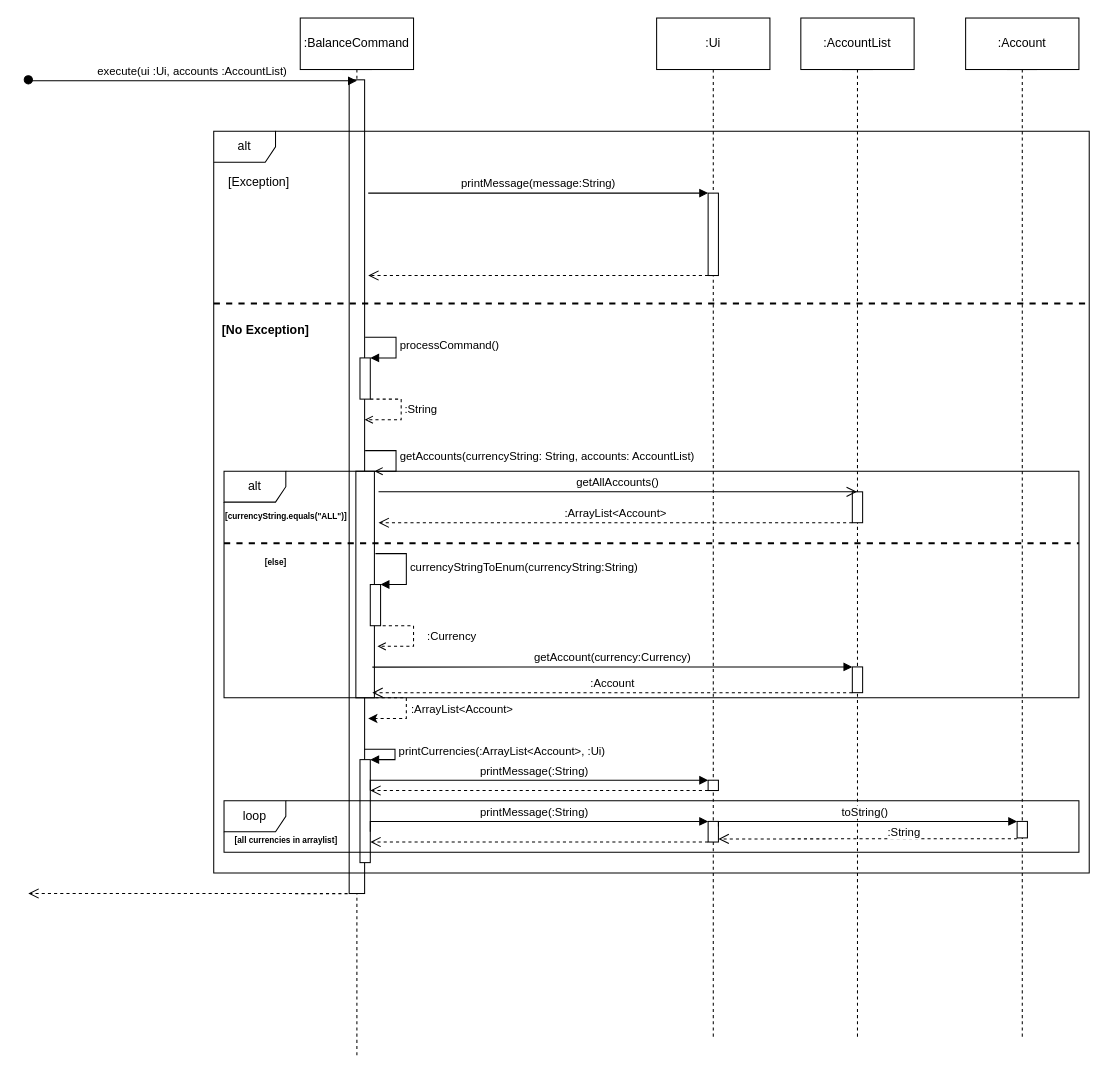
Earlier version of the draw.io diagram docs/diagrams/Balance.drawio (woowenjun99/tp). Source tidied: cells renumbered, new cells numbered last; positions are measured from the earlier drawing's top-left corner, leaving out a move shared by most shapes. Both pictures are drawn from the tidied source at 103%, with x=0, y=0 at pixel (28, 18).
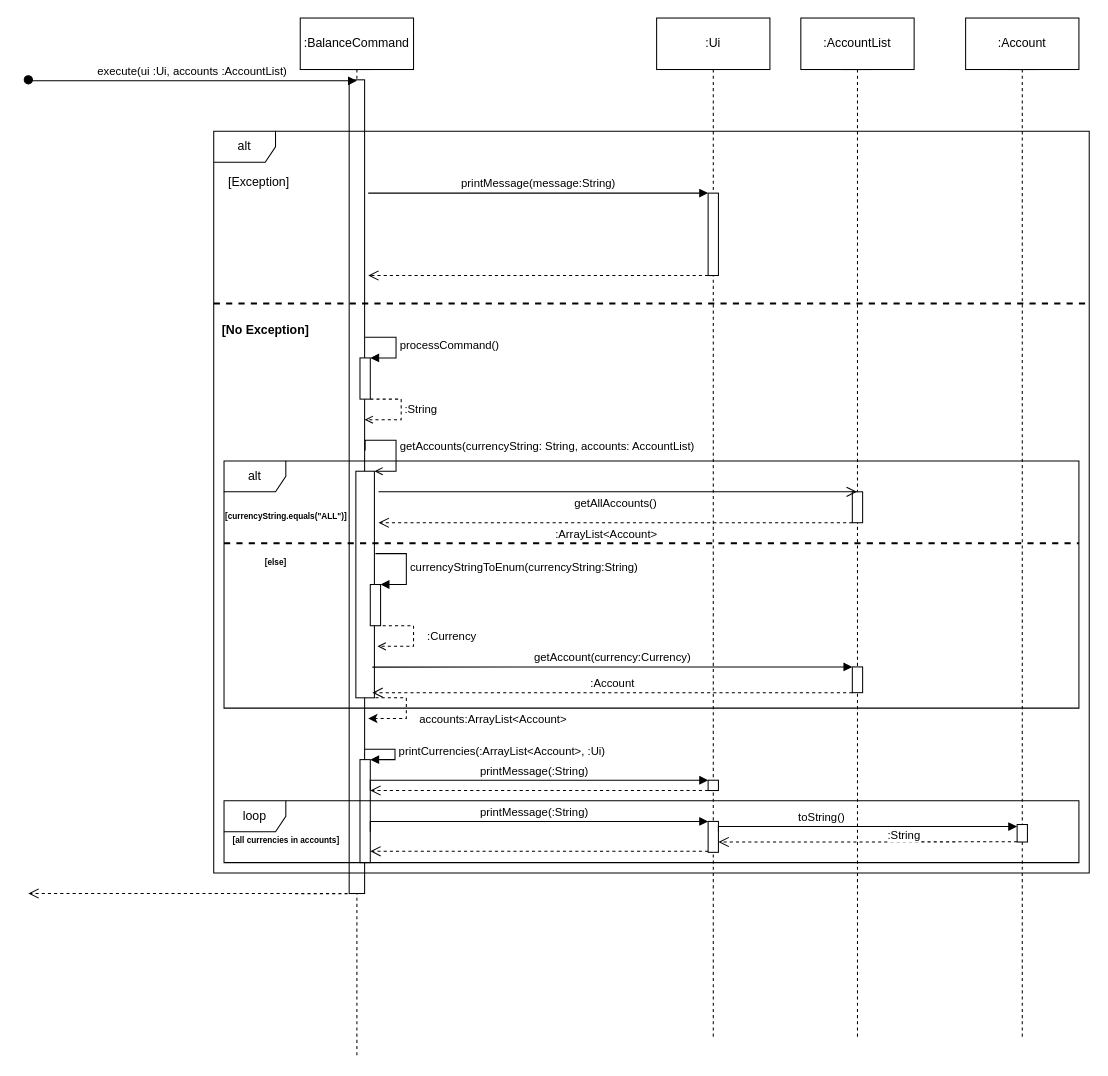
The same diagram, later.

Commit message (it also covers changes not shown here):
Update developer guide

The change refers to these unchanged cells:
```xml
<mxCell id="4" style="html=1;points=[];perimeter=orthogonalPerimeter;outlineConnect=0;targetShapes=umlLifeline;portConstraint=eastwest;newEdgeStyle={&quot;edgeStyle&quot;:&quot;elbowEdgeStyle&quot;,&quot;elbow&quot;:&quot;vertical&quot;,&quot;curved&quot;:0,&quot;rounded&quot;:0};" parent="2" vertex="1">
  <mxGeometry x="19" y="430" width="18" height="220" as="geometry" />
</mxCell>
<mxCell id="21" style="shape=umlLifeline;perimeter=lifelinePerimeter;whiteSpace=wrap;html=1;outlineConnect=0;portConstraint=eastwest;newEdgeStyle={&quot;edgeStyle&quot;:&quot;elbowEdgeStyle&quot;,&quot;elbow&quot;:&quot;vertical&quot;,&quot;curved&quot;:0,&quot;rounded&quot;:0};participant=umlEntity;" parent="1" vertex="1">
  <mxGeometry x="785" y="10" width="40" height="980" as="geometry" />
</mxCell>
<mxCell id="25" style="html=1;points=[];perimeter=orthogonalPerimeter;outlineConnect=0;targetShapes=umlLifeline;portConstraint=eastwest;newEdgeStyle={&quot;edgeStyle&quot;:&quot;elbowEdgeStyle&quot;,&quot;elbow&quot;:&quot;vertical&quot;,&quot;curved&quot;:0,&quot;rounded&quot;:0};" parent="1" vertex="1">
  <mxGeometry x="800" y="460" width="10" height="30" as="geometry" />
</mxCell>
<mxCell id="34" style="html=1;align=left;spacingLeft=2;endArrow=classic;rounded=0;edgeStyle=orthogonalEdgeStyle;curved=0;rounded=0;dashed=1;endFill=1;" parent="1" edge="1">
  <mxGeometry relative="1" as="geometry">
    <mxPoint x="337" y="660" as="sourcePoint" />
    <mxPoint x="330" y="680" as="targetPoint" />
    <Array as="points">
      <mxPoint x="367" y="660" />
      <mxPoint x="367" y="680" />
    </Array>
  </mxGeometry>
</mxCell>
<mxCell id="51" style="shape=umlLifeline;perimeter=lifelinePerimeter;whiteSpace=wrap;html=1;newEdgeStyle={&quot;edgeStyle&quot;:&quot;elbowEdgeStyle&quot;,&quot;elbow&quot;:&quot;vertical&quot;,&quot;curved&quot;:0,&quot;rounded&quot;:0};participant=umlEntity;" parent="1" vertex="1">
  <mxGeometry x="945" y="10" width="40" height="980" as="geometry" />
</mxCell>
```

The edit, as a diff of the source:
```diff
@@
     <mxCell id="20" value="getAccounts(currencyString: String, accounts: AccountList)" style="html=1;align=left;spacingLeft=2;endArrow=open;rounded=0;edgeStyle=orthogonalEdgeStyle;curved=0;rounded=0;endFill=0;" parent="1" edge="1" target="4">
       <mxGeometry relative="1" as="geometry">
         <mxPoint x="327" y="420" as="sourcePoint" />
         <Array as="points">
-          <mxPoint x="357" y="420" />
+          <mxPoint x="327" y="410" />
+          <mxPoint x="357" y="410" />
           <mxPoint x="357" y="440" />
         </Array>
       </mxGeometry>
     </mxCell>
@@
     <mxCell id="23" value="alt" style="shape=umlFrame;whiteSpace=wrap;html=1;" parent="1" vertex="1">
-      <mxGeometry x="190" y="440" width="830" height="220" as="geometry" />
+      <mxGeometry x="190" y="430" width="830" height="240" as="geometry" />
     </mxCell>
@@
     <mxCell id="26" value="getAllAccounts()" style="html=1;verticalAlign=bottom;startArrow=none;startFill=0;endArrow=open;startSize=6;endSize=8;edgeStyle=elbowEdgeStyle;elbow=vertical;curved=0;rounded=0;" parent="1" edge="1" target="21">
-      <mxGeometry relative="1" as="geometry">
+      <mxGeometry x="-0.01" y="-20" relative="1" as="geometry">
         <mxPoint x="340" y="460" as="sourcePoint" />
       </mxGeometry>
     </mxCell>
     <mxCell id="27" value=":ArrayList&amp;lt;Account&amp;gt;" style="html=1;verticalAlign=bottom;endArrow=open;dashed=1;endSize=8;edgeStyle=elbowEdgeStyle;elbow=vertical;curved=0;rounded=0;" parent="1" edge="1" source="25">
-      <mxGeometry relative="1" as="geometry">
+      <mxGeometry x="0.04" y="20" relative="1" as="geometry">
         <mxPoint x="340" y="490" as="targetPoint" />
         <Array as="points">
           <mxPoint x="790" y="490" />
         </Array>
       </mxGeometry>
     </mxCell>
@@
-    <mxCell id="35" value=":ArrayList&amp;lt;Account&amp;gt;" style="edgeLabel;html=1;align=center;verticalAlign=middle;" parent="34" vertex="1">
+    <mxCell id="35" value="accounts:ArrayList&amp;lt;Account&amp;gt;" style="edgeLabel;html=1;align=center;verticalAlign=middle;" parent="34" vertex="1">
       <mxGeometry x="-0.08" y="-1" relative="1" as="geometry">
-        <mxPoint x="54" as="offset" />
+        <mxPoint x="84" y="10" as="offset" />
       </mxGeometry>
     </mxCell>
@@
     <mxCell id="41" value="loop" style="shape=umlFrame;whiteSpace=wrap;html=1;" parent="1" vertex="1">
-      <mxGeometry x="190" y="760" width="830" height="50" as="geometry" />
+      <mxGeometry x="190" y="760" width="830" height="60" as="geometry" />
     </mxCell>
     <mxCell id="42" style="html=1;points=[];perimeter=orthogonalPerimeter;outlineConnect=0;targetShapes=umlLifeline;portConstraint=eastwest;newEdgeStyle={&quot;edgeStyle&quot;:&quot;elbowEdgeStyle&quot;,&quot;elbow&quot;:&quot;vertical&quot;,&quot;curved&quot;:0,&quot;rounded&quot;:0};" parent="1" vertex="1">
-      <mxGeometry x="660" y="780" width="10" height="20" as="geometry" />
+      <mxGeometry x="660" y="780" width="10" height="30" as="geometry" />
     </mxCell>
@@
     <mxCell id="44" style="html=1;verticalAlign=bottom;endArrow=open;dashed=1;endSize=8;edgeStyle=elbowEdgeStyle;elbow=vertical;curved=0;rounded=0;" parent="1" edge="1">
       <mxGeometry x="-0.09" y="-10" relative="1" as="geometry">
-        <mxPoint x="660" y="800" as="sourcePoint" />
-        <mxPoint x="332" y="800" as="targetPoint" />
+        <mxPoint x="660" y="809" as="sourcePoint" />
+        <mxPoint x="332" y="809" as="targetPoint" />
         <Array as="points">
-          <mxPoint x="650" y="800" />
+          <mxPoint x="650" y="809" />
         </Array>
       </mxGeometry>
     </mxCell>
-    <mxCell id="45" value="&lt;font style=&quot;font-size: 8px;&quot;&gt;[all currencies in arraylist]&lt;/font&gt;" style="text;align=center;fontStyle=1;verticalAlign=middle;spacingLeft=3;spacingRight=3;strokeColor=none;html=1;" parent="1" vertex="1">
+    <mxCell id="45" value="&lt;font style=&quot;font-size: 8px;&quot;&gt;[all currencies in accounts]&lt;/font&gt;" style="text;align=center;fontStyle=1;verticalAlign=middle;spacingLeft=3;spacingRight=3;strokeColor=none;html=1;" parent="1" vertex="1">
       <mxGeometry x="210" y="784" width="80" height="26" as="geometry" />
     </mxCell>
@@
-    <mxCell id="49" value="toString()" style="html=1;verticalAlign=bottom;endArrow=block;edgeStyle=elbowEdgeStyle;elbow=vertical;curved=0;rounded=0;" parent="1" edge="1" target="52">
-      <mxGeometry relative="1" as="geometry">
-        <mxPoint x="670" y="784.9" as="sourcePoint" />
+    <mxCell id="49" value="toString()" style="html=1;verticalAlign=bottom;endArrow=block;edgeStyle=elbowEdgeStyle;elbow=vertical;curved=0;rounded=0;" parent="1" edge="1">
+      <mxGeometry x="-0.29" relative="1" as="geometry">
+        <mxPoint x="670" y="789.9" as="sourcePoint" />
+        <mxPoint x="960" y="785" as="targetPoint" />
         <Array as="points">
-          <mxPoint x="770" y="780" />
+          <mxPoint x="770" y="785" />
         </Array>
       </mxGeometry>
     </mxCell>
@@
     <mxCell id="52" style="html=1;points=[];perimeter=orthogonalPerimeter;outlineConnect=0;targetShapes=umlLifeline;portConstraint=eastwest;newEdgeStyle={&quot;edgeStyle&quot;:&quot;elbowEdgeStyle&quot;,&quot;elbow&quot;:&quot;vertical&quot;,&quot;curved&quot;:0,&quot;rounded&quot;:0};" parent="51" vertex="1">
-      <mxGeometry x="15" y="770" width="10" height="16" as="geometry" />
+      <mxGeometry x="15" y="773" width="10" height="17" as="geometry" />
     </mxCell>
@@
-    <mxCell id="54" value=":String" style="html=1;verticalAlign=bottom;endArrow=open;dashed=1;endSize=8;edgeStyle=elbowEdgeStyle;elbow=vertical;curved=0;rounded=0;" parent="1" edge="1" target="42">
+    <mxCell id="54" value=":String" style="html=1;verticalAlign=bottom;endArrow=open;dashed=1;endSize=8;edgeStyle=elbowEdgeStyle;elbow=vertical;curved=0;rounded=0;" parent="1" edge="1">
       <mxGeometry x="-0.24" y="3" relative="1" as="geometry">
-        <mxPoint x="960" y="796.8" as="sourcePoint" />
+        <mxPoint x="960" y="799.8" as="sourcePoint" />
+        <mxPoint x="670" y="799.7" as="targetPoint" />
       </mxGeometry>
     </mxCell>
```
